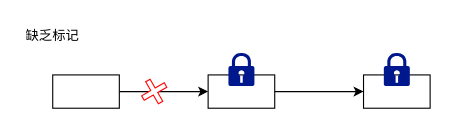
zhengjiezxxy/zhengjie.github.io keeps this draw.io diagram as lazy list.drawio. Above is the earlier version. Source tidied: cells renumbered, new cells numbered last; positions are measured from the earlier drawing's top-left corner, leaving out a move shared by most shapes. Both pictures are drawn from the tidied source at 111%, with x=0, y=0 at pixel (19, 19).
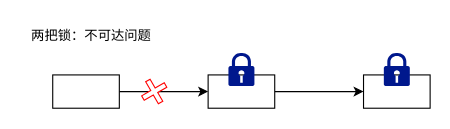
Above is the later version.

Diff of the diagram source:
```diff
@@
 <mxGraphModel>
   <root>
     <mxCell id="0" />
     <mxCell id="1" parent="0" />
     <mxCell id="2" style="edgeStyle=orthogonalEdgeStyle;rounded=0;jettySize=auto;html=1;" parent="1" edge="1" source="3" target="5">
       <mxGeometry relative="1" as="geometry" />
     </mxCell>
     <mxCell id="3" style="rounded=0;whiteSpace=wrap;html=1;" parent="1" vertex="1">
       <mxGeometry x="30" y="50" width="60" height="30" as="geometry" />
     </mxCell>
     <mxCell id="4" style="edgeStyle=orthogonalEdgeStyle;rounded=0;jettySize=auto;html=1;" parent="1" edge="1" source="5" target="6">
       <mxGeometry relative="1" as="geometry" />
     </mxCell>
     <mxCell id="5" style="rounded=0;whiteSpace=wrap;html=1;" parent="1" vertex="1">
       <mxGeometry x="170" y="50" width="60" height="30" as="geometry" />
     </mxCell>
     <mxCell id="6" style="rounded=0;whiteSpace=wrap;html=1;" parent="1" vertex="1">
       <mxGeometry x="310" y="50" width="60" height="30" as="geometry" />
     </mxCell>
     <mxCell id="7" style="sketch=0;shadow=0;dashed=0;html=1;strokeColor=none;labelPosition=center;verticalLabelPosition=bottom;verticalAlign=top;align=center;fillColor=#00188D;shape=mxgraph.mscae.enterprise.lock;" parent="1" vertex="1">
       <mxGeometry x="188.3" y="30" width="23.4" height="30" as="geometry" />
     </mxCell>
     <mxCell id="8" style="sketch=0;shadow=0;dashed=0;html=1;strokeColor=none;labelPosition=center;verticalLabelPosition=bottom;verticalAlign=top;align=center;fillColor=#00188D;shape=mxgraph.mscae.enterprise.lock;" parent="1" vertex="1">
       <mxGeometry x="328.3" y="30" width="23.4" height="30" as="geometry" />
     </mxCell>
     <mxCell id="9" style="shape=cross;whiteSpace=wrap;html=1;rotation=60;strokeColor=#FF0000;" parent="1" vertex="1">
       <mxGeometry x="110" y="53.2" width="22.9" height="23.5" as="geometry" />
     </mxCell>
-    <mxCell id="10" value="缺乏标记" style="text;html=1;align=center;verticalAlign=middle;whiteSpace=wrap;rounded=0;" parent="1" vertex="1">
-      <mxGeometry width="60" height="30" as="geometry" />
+    <mxCell id="10" value="两把锁：不可达问题" style="text;html=1;align=center;verticalAlign=middle;whiteSpace=wrap;rounded=0;" parent="1" vertex="1">
+      <mxGeometry width="130" height="30" as="geometry" />
     </mxCell>
   </root>
 </mxGraphModel>
```
